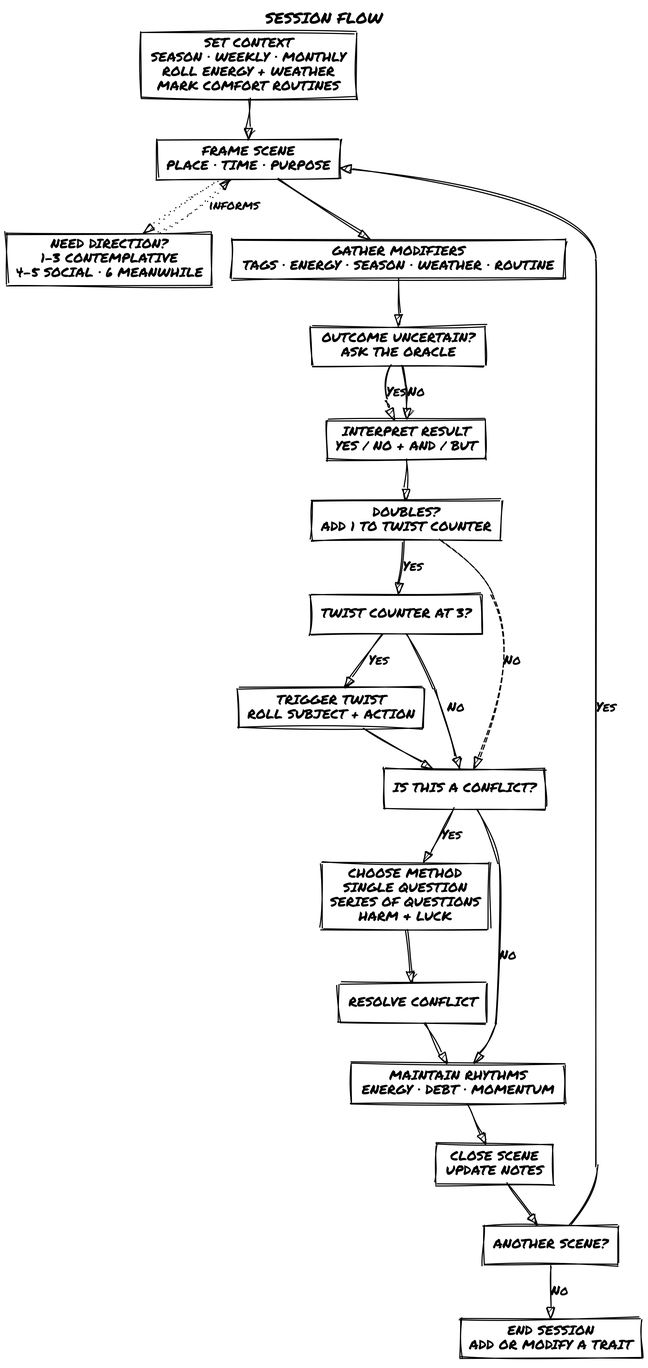
zotiquestgames/lonersrd keeps this Graphviz diagram as content/core/diagrams/quiet_moments_session_flow.png. Above is the earlier version. Its source is kept beside it as content/core/diagrams/quiet_moments_session_flow.dot.
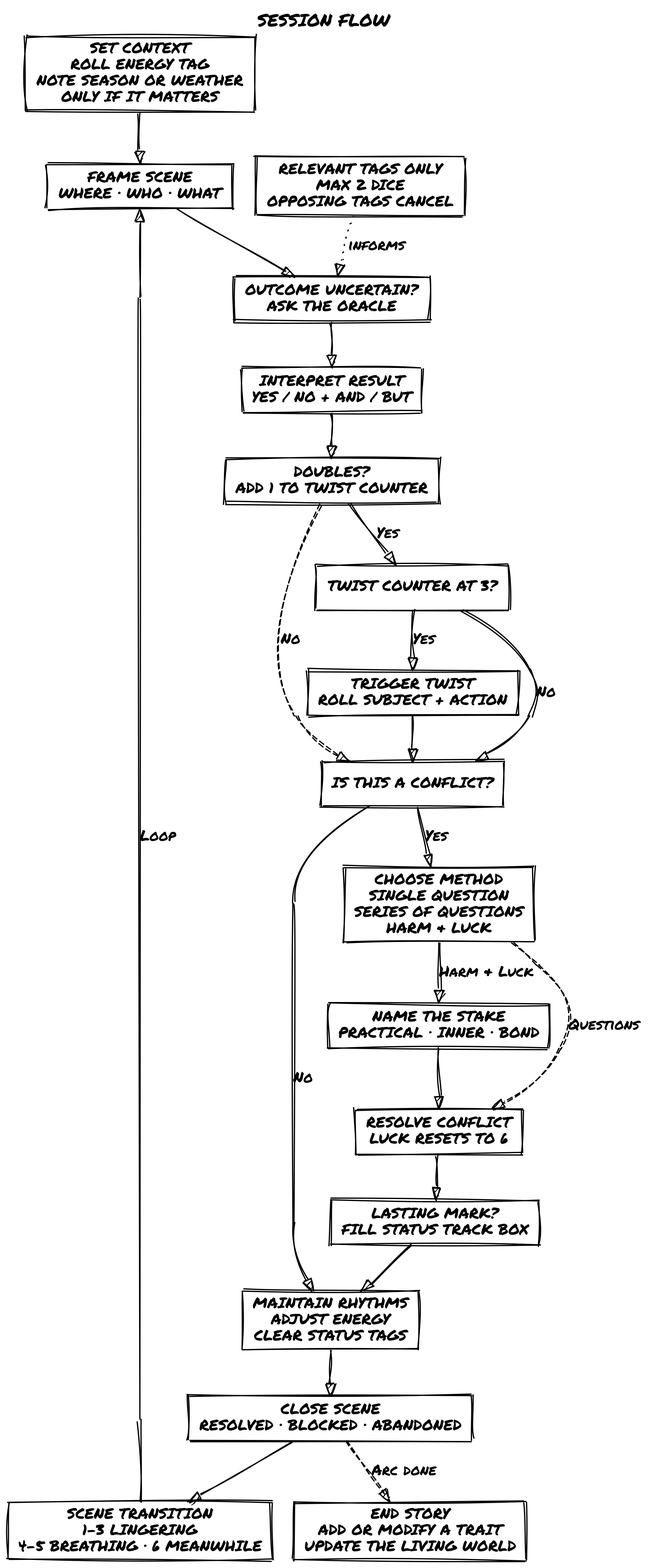
The same file after the commit.

What changed in the source:
```diff
@@ -7,30 +7,28 @@
     bgcolor=white;
     dpi=300;
 
-    ctx [label="SET CONTEXT\nSEASON · WEEKLY · MONTHLY\nROLL ENERGY + WEATHER\nMARK COMFORT ROUTINES"];
-    Frame [label="FRAME SCENE\nPLACE · TIME · PURPOSE"];
-    NextScene [label="NEED DIRECTION?\n1–3 CONTEMPLATIVE\n4–5 SOCIAL · 6 MEANWHILE"];
-    Modifiers [label="GATHER MODIFIERS\nTAGS · ENERGY · SEASON · WEATHER · ROUTINE"];
+    ctx [label="SET CONTEXT\nROLL ENERGY TAG\nNOTE SEASON OR WEATHER\nONLY IF IT MATTERS"];
+    Frame [label="FRAME SCENE\nWHERE · WHO · WHAT"];
     Ask [label="OUTCOME UNCERTAIN?\nASK THE ORACLE"];
+    Tags [label="RELEVANT TAGS ONLY\nMAX 2 DICE\nOPPOSING TAGS CANCEL"];
     outcome [label="INTERPRET RESULT\nYES / NO + AND / BUT"];
     Doubles [label="DOUBLES?\nADD 1 TO TWIST COUNTER"];
     Twist3 [label="TWIST COUNTER AT 3?"];
     Twist [label="TRIGGER TWIST\nROLL SUBJECT + ACTION"];
     ConflictQ [label="IS THIS A CONFLICT?"];
     ConflictMode [label="CHOOSE METHOD\nSINGLE QUESTION\nSERIES OF QUESTIONS\nHARM & LUCK"];
-    Resolve [label="RESOLVE CONFLICT"];
-    Maintain [label="MAINTAIN RHYTHMS\nENERGY · DEBT · MOMENTUM"];
-    Close [label="CLOSE SCENE\nUPDATE NOTES"];
-    NextRoll [label="ANOTHER SCENE?"];
-    End [label="END SESSION\nADD OR MODIFY A TRAIT"];
+    Stake [label="NAME THE STAKE\nPRACTICAL · INNER · BOND"];
+    Resolve [label="RESOLVE CONFLICT\nLUCK RESETS TO 6"];
+    Mark [label="LASTING MARK?\nFILL STATUS TRACK BOX"];
+    Maintain [label="MAINTAIN RHYTHMS\nADJUST ENERGY\nCLEAR STATUS TAGS"];
+    Close [label="CLOSE SCENE\nRESOLVED · BLOCKED · ABANDONED"];
+    NextScene [label="SCENE TRANSITION\n1–3 LINGERING\n4–5 BREATHING · 6 MEANWHILE"];
+    End [label="END STORY\nADD OR MODIFY A TRAIT\nUPDATE THE LIVING WORLD"];
 
     ctx -> Frame;
-    Frame -> NextScene [style=dotted];
-    NextScene -> Frame [style=dotted, label="informs"];
-    Frame -> Modifiers;
-    Modifiers -> Ask;
-    Ask -> outcome [label="Yes"];
-    Ask -> outcome [label="No"];
+    Frame -> Ask;
+    Tags -> Ask [style=dotted, label="informs"];
+    Ask -> outcome;
     outcome -> Doubles;
     Doubles -> Twist3 [label="Yes"];
     Doubles -> ConflictQ [label="No", style=dashed];
@@ -39,8 +37,13 @@
     Twist3 -> ConflictQ [label="No"];
     ConflictQ -> ConflictMode [label="Yes"];
     ConflictQ -> Maintain [label="No"];
-    ConflictMode -> Resolve -> Maintain;
-    Maintain -> Close -> NextRoll;
-    NextRoll -> Frame [label="Yes"];
-    NextRoll -> End [label="No"];
+    ConflictMode -> Stake [label="Harm & Luck"];
+    ConflictMode -> Resolve [label="Questions", style=dashed];
+    Stake -> Resolve;
+    Resolve -> Mark;
+    Mark -> Maintain;
+    Maintain -> Close;
+    Close -> NextScene;
+    NextScene -> Frame [label="Loop"];
+    Close -> End [label="Arc done", style=dashed];
 }
```
